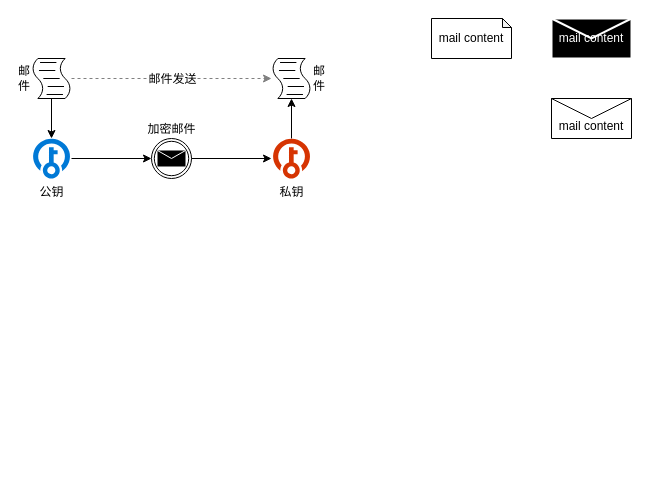
This is 数字签名证书密钥.drawio from zhangjiongcn/drawio, a draw.io file, before an edit. Source tidied: cells renumbered, new cells numbered last; positions are measured from the earlier drawing's top-left corner, leaving out a move shared by most shapes. Both pictures are drawn from the tidied source at 100%, with x=0, y=0 at pixel (31, 18). Pictures stored in the file or linked from it are replaced by grey dashed boxes.
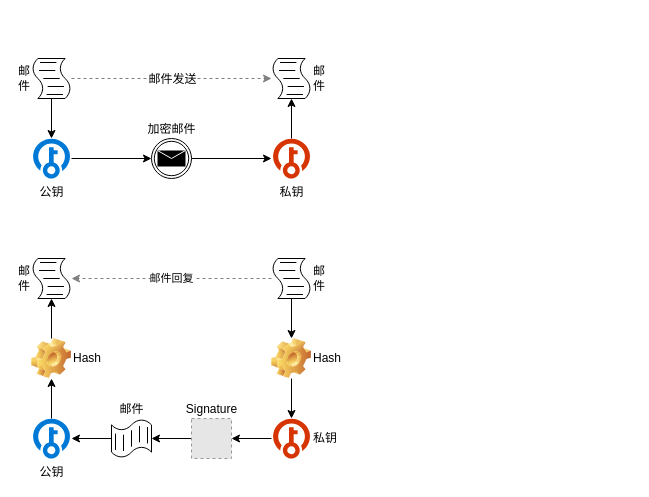
The same diagram, later.

Commit message (it also covers changes not shown here):
Update 数字签名证书密钥.drawio

What changed in the source:
```diff
@@
-    <mxCell id="2" value="mail content" style="shape=note;whiteSpace=wrap;html=1;backgroundOutline=1;darkOpacity=0.05;align=center;size=9;" parent="1" vertex="1">
-      <mxGeometry x="400" width="80" height="40" as="geometry" />
-    </mxCell>
-    <mxCell id="3" value="&lt;span style=&quot;white-space: normal&quot;&gt;&lt;font color=&quot;#ffffff&quot;&gt;mail content&lt;/font&gt;&lt;/span&gt;" style="shape=message;whiteSpace=wrap;html=1;fillColor=#000000;strokeColor=#ffffff;strokeWidth=2;align=center;" parent="1" vertex="1">
-      <mxGeometry x="520" width="80" height="40" as="geometry" />
-    </mxCell>
-    <mxCell id="4" value="&lt;span style=&quot;white-space: normal&quot;&gt;&lt;br&gt;mail content&lt;/span&gt;" style="shape=message;whiteSpace=wrap;html=1;align=center;" parent="1" vertex="1">
-      <mxGeometry x="520" y="80" width="80" height="40" as="geometry" />
-    </mxCell>
@@
+    <mxCell id="16" style="edgeStyle=orthogonalEdgeStyle;rounded=0;jettySize=auto;html=1;strokeColor=#000000;" parent="1" edge="1" source="18" target="20">
+      <mxGeometry relative="1" as="geometry" />
+    </mxCell>
+    <mxCell id="17" value="邮件回复" style="edgeStyle=orthogonalEdgeStyle;rounded=0;jettySize=auto;html=1;strokeColor=#808080;dashed=1;" parent="1" edge="1" source="18" target="29">
+      <mxGeometry relative="1" as="geometry" />
+    </mxCell>
+    <mxCell id="18" value="&lt;span style=&quot;white-space: normal&quot;&gt;邮件&lt;/span&gt;&lt;span style=&quot;white-space: normal&quot;&gt;&lt;br&gt;&lt;/span&gt;" style="shape=mxgraph.bpmn.script_task;html=1;outlineConnect=0;align=left;labelPosition=right;verticalLabelPosition=middle;verticalAlign=middle;" parent="1" vertex="1">
+      <mxGeometry x="240" y="240" width="40" height="40" as="geometry" />
+    </mxCell>
+    <mxCell id="19" style="edgeStyle=orthogonalEdgeStyle;rounded=0;jettySize=auto;html=1;entryX=0.5;entryY=1;entryDx=0;entryDy=0;entryPerimeter=0;strokeColor=#000000;" parent="1" edge="1" source="20" target="22">
+      <mxGeometry relative="1" as="geometry" />
+    </mxCell>
+    <mxCell id="20" value="Hash" style="shape=image;html=1;verticalLabelPosition=middle;labelBackgroundColor=#ffffff;verticalAlign=middle;imageAspect=0;image=img/clipart/Gear_128x128.png;fillColor=none;align=left;labelPosition=right;" parent="1" vertex="1">
+      <mxGeometry x="240" y="320" width="40" height="40" as="geometry" />
+    </mxCell>
+    <mxCell id="21" style="edgeStyle=orthogonalEdgeStyle;rounded=0;jettySize=auto;html=1;strokeColor=#000000;" parent="1" edge="1" source="22" target="24">
+      <mxGeometry relative="1" as="geometry" />
+    </mxCell>
+    <mxCell id="22" value="私钥" style="shadow=0;dashed=0;html=1;strokeColor=none;labelPosition=right;verticalLabelPosition=middle;verticalAlign=middle;align=left;shape=mxgraph.mscae.cloud.key_vault;fillColor=#D63402;direction=west;" parent="1" vertex="1">
+      <mxGeometry x="240" y="400" width="40" height="40" as="geometry" />
+    </mxCell>
+    <mxCell id="23" style="edgeStyle=orthogonalEdgeStyle;rounded=0;jettySize=auto;html=1;strokeColor=#000000;" parent="1" edge="1" source="24" target="26">
+      <mxGeometry relative="1" as="geometry" />
+    </mxCell>
+    <mxCell id="24" value="Signature" style="fillColor=#E6E6E6;strokeColor=#999999;dashed=1;html=1;verticalAlign=bottom;verticalLabelPosition=top;labelBackgroundColor=#ffffff;align=center;labelPosition=center;" parent="1" vertex="1">
+      <mxGeometry x="160" y="400" width="40" height="40" as="geometry" />
+    </mxCell>
+    <mxCell id="25" style="edgeStyle=orthogonalEdgeStyle;rounded=0;jettySize=auto;html=1;strokeColor=#000000;" parent="1" edge="1" source="26" target="28">
+      <mxGeometry relative="1" as="geometry" />
+    </mxCell>
+    <mxCell id="26" value="邮件&lt;br&gt;" style="shape=mxgraph.bpmn.script_task;outlineConnect=0;align=center;labelPosition=center;verticalLabelPosition=top;verticalAlign=bottom;direction=south;flipH=0;flipV=0;html=1;" parent="1" vertex="1">
+      <mxGeometry x="80" y="400" width="40" height="40" as="geometry" />
+    </mxCell>
+    <mxCell id="27" style="edgeStyle=orthogonalEdgeStyle;rounded=0;jettySize=auto;html=1;entryX=0.5;entryY=1;entryDx=0;entryDy=0;strokeColor=#000000;" parent="1" edge="1" source="28" target="31">
+      <mxGeometry relative="1" as="geometry" />
+    </mxCell>
+    <mxCell id="28" value="公钥" style="shadow=0;dashed=0;html=1;strokeColor=none;labelPosition=center;verticalLabelPosition=bottom;verticalAlign=top;align=center;shape=mxgraph.mscae.cloud.key_vault;fillColor=#0079D6;direction=west;" parent="1" vertex="1">
+      <mxGeometry y="400" width="40" height="40" as="geometry" />
+    </mxCell>
+    <mxCell id="29" value="&lt;span style=&quot;white-space: normal&quot;&gt;邮件&lt;/span&gt;&lt;span style=&quot;white-space: normal&quot;&gt;&lt;br&gt;&lt;/span&gt;" style="shape=mxgraph.bpmn.script_task;html=1;outlineConnect=0;align=right;labelPosition=left;verticalLabelPosition=middle;verticalAlign=middle;" parent="1" vertex="1">
+      <mxGeometry y="240" width="40" height="40" as="geometry" />
+    </mxCell>
+    <mxCell id="30" style="edgeStyle=orthogonalEdgeStyle;rounded=0;jettySize=auto;html=1;strokeColor=#000000;" parent="1" edge="1" source="31" target="29">
+      <mxGeometry relative="1" as="geometry" />
+    </mxCell>
+    <mxCell id="31" value="Hash" style="shape=image;html=1;verticalLabelPosition=middle;labelBackgroundColor=#ffffff;verticalAlign=middle;imageAspect=0;image=img/clipart/Gear_128x128.png;fillColor=none;align=left;labelPosition=right;" parent="1" vertex="1">
+      <mxGeometry y="320" width="40" height="40" as="geometry" />
+    </mxCell>
```
